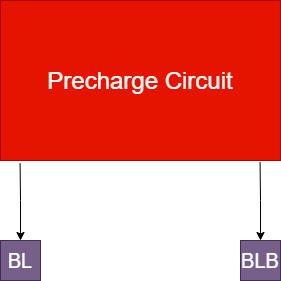
Above: Images/Prcharge_Block.png in Khadgaray/6T_SRAM (draw.io), before the change. Source tidied: cells renumbered, new cells last; positions are measured from the earlier drawing's top-left corner, leaving out a move shared by most shapes.
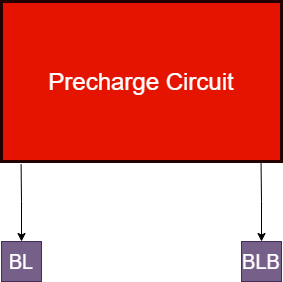
Above is the later version.

The edit, as a diff of the source:
```diff
@@ -2,7 +2,7 @@
   <root>
     <mxCell id="0" />
     <mxCell id="1" parent="0" />
-    <mxCell id="2" value="&lt;font style=&quot;font-size: 24px&quot;&gt;Precharge Circuit&lt;/font&gt;" style="rounded=0;whiteSpace=wrap;html=1;fillColor=#e51400;strokeColor=#B20000;fontColor=#ffffff;" parent="1" vertex="1">
+    <mxCell id="2" value="&lt;font style=&quot;font-size: 24px&quot;&gt;Precharge Circuit&lt;/font&gt;" style="rounded=0;whiteSpace=wrap;html=1;fillColor=#e51400;fontColor=#ffffff;strokeWidth=3;strokeColor=#240000;" parent="1" vertex="1">
       <mxGeometry width="280" height="160" as="geometry" />
     </mxCell>
     <mxCell id="3" style="edgeStyle=orthogonalEdgeStyle;rounded=0;jettySize=auto;html=1;exitX=0.5;exitY=0;exitDx=0;exitDy=0;entryX=0.07;entryY=1.019;entryDx=0;entryDy=0;entryPerimeter=0;startArrow=classic;startFill=1;endArrow=none;endFill=0;" parent="1" edge="1" source="4" target="2">
```
